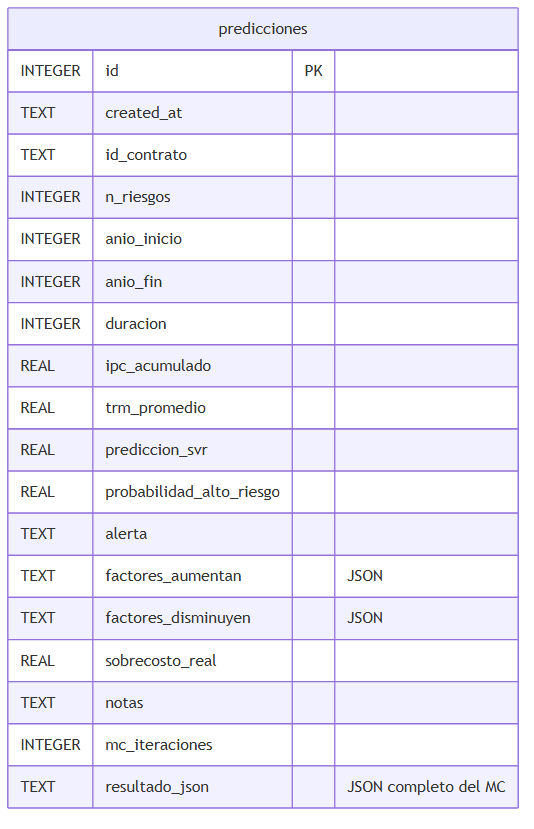
sanan1297/risk_project keeps this Mermaid diagram as docs/diagrams/8_9_modelo_de_datos_sqlite_history_db.png. Above is the earlier version. Its source is kept beside it as docs/diagrams/8_9_modelo_de_datos_sqlite_history_db.mmd.
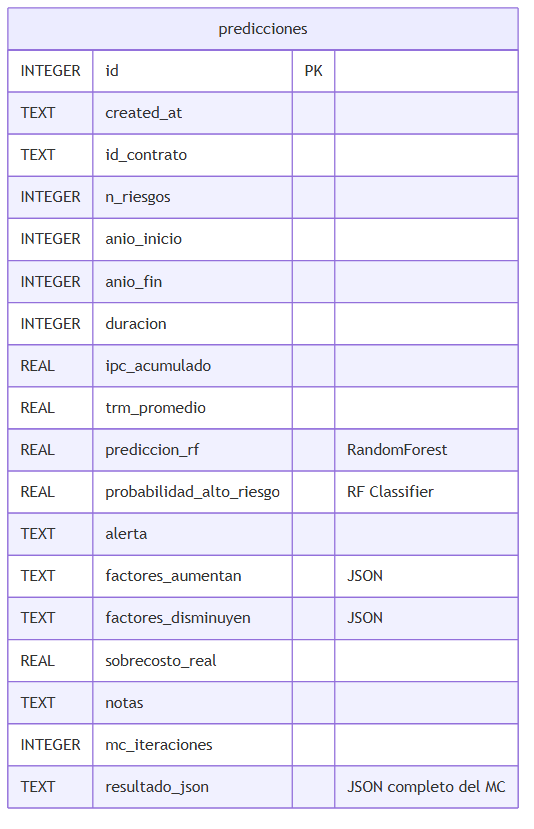
The same file after the commit.

Change to the diagram source:
```diff
@@ -9,8 +9,8 @@
         INTEGER duracion
         REAL ipc_acumulado
         REAL trm_promedio
-        REAL prediccion_svr
-        REAL probabilidad_alto_riesgo
+        REAL prediccion_rf "RandomForest"
+        REAL probabilidad_alto_riesgo "RF Classifier"
         TEXT alerta
         TEXT factores_aumentan "JSON"
         TEXT factores_disminuyen "JSON"
```
